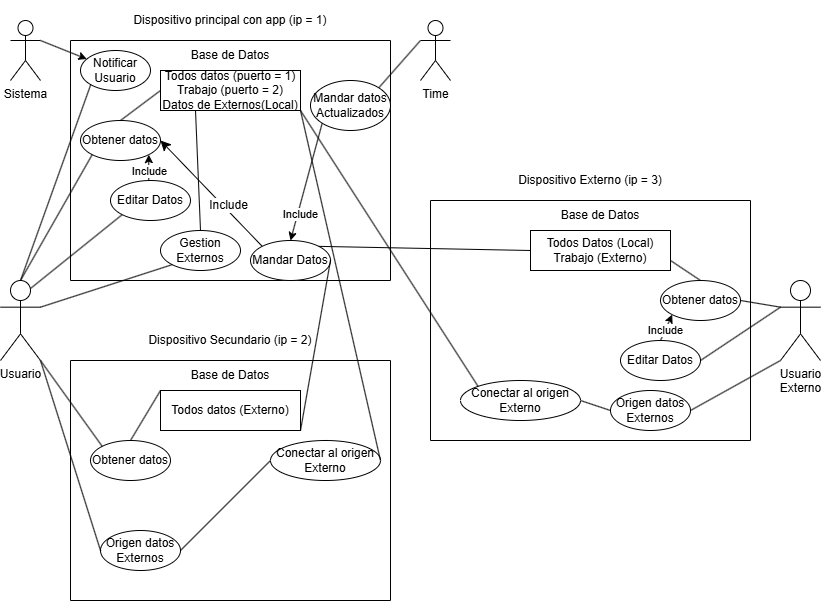
This is UseCase.drawio.png from Gosha1030/ProyectoIntermodularGeorgii, a draw.io export, as it was before one commit. Source tidied: cells renumbered, new cells last; positions are measured from the earlier drawing's top-left corner, leaving out a move shared by most shapes.
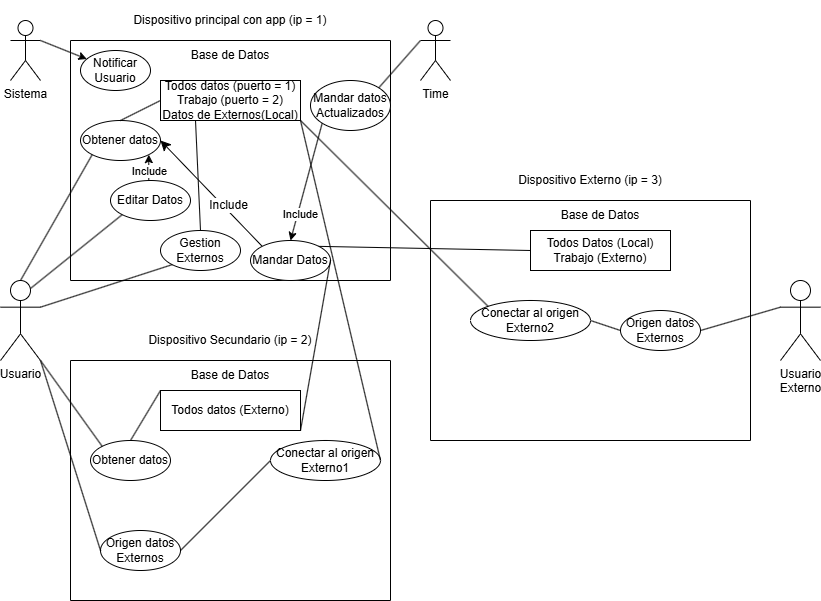
After the commit.

Commit message:
Diagrama de UseCase actualizado

Change to the diagram source:
```diff
@@ -9,7 +9,7 @@
       <mxGeometry x="70" y="40" width="320" height="240" as="geometry" />
     </mxCell>
     <mxCell id="4" value="Todos datos (puerto = 1)&lt;div&gt;Trabajo (puerto = 2)&lt;/div&gt;&lt;div&gt;Datos de Externos(Local)&lt;/div&gt;" style="rounded=0;whiteSpace=wrap;html=1;" parent="3" vertex="1">
-      <mxGeometry x="90" y="30" width="140" height="40" as="geometry" />
+      <mxGeometry x="90" y="40" width="140" height="40" as="geometry" />
     </mxCell>
     <mxCell id="5" value="Base de Datos" style="text;html=1;whiteSpace=wrap;strokeColor=none;fillColor=none;align=center;verticalAlign=middle;rounded=0;" parent="3" vertex="1">
       <mxGeometry x="90" width="140" height="30" as="geometry" />
@@ -74,7 +74,7 @@
     <mxCell id="25" style="endArrow=none;html=1;rounded=0;entryX=0;entryY=0;entryDx=0;entryDy=0;exitX=0.5;exitY=0;exitDx=0;exitDy=0;" parent="21" edge="1" source="24" target="22">
       <mxGeometry relative="1" as="geometry" />
     </mxCell>
-    <mxCell id="26" value="Conectar al origen Externo" style="ellipse;whiteSpace=wrap;html=1;" parent="21" vertex="1">
+    <mxCell id="26" value="Conectar al origen Externo1" style="ellipse;whiteSpace=wrap;html=1;" parent="21" vertex="1">
       <mxGeometry x="200" y="80" width="110" height="40" as="geometry" />
     </mxCell>
     <mxCell id="27" value="Origen datos Externos" style="ellipse;whiteSpace=wrap;html=1;" parent="21" vertex="1">
@@ -95,26 +95,11 @@
     <mxCell id="32" value="Base de Datos" style="text;html=1;whiteSpace=wrap;strokeColor=none;fillColor=none;align=center;verticalAlign=middle;rounded=0;" parent="30" vertex="1">
       <mxGeometry x="100" width="140" height="30" as="geometry" />
     </mxCell>
-    <mxCell id="33" value="Obtener datos" style="ellipse;whiteSpace=wrap;html=1;" parent="30" vertex="1">
-      <mxGeometry x="230" y="80" width="80" height="40" as="geometry" />
-    </mxCell>
-    <mxCell id="34" style="rounded=0;jettySize=auto;html=1;exitX=0.5;exitY=0;exitDx=0;exitDy=0;entryX=0;entryY=1;entryDx=0;entryDy=0;" parent="30" edge="1" source="36" target="33">
-      <mxGeometry relative="1" as="geometry" />
-    </mxCell>
-    <mxCell id="35" value="Include" style="edgeLabel;html=1;align=center;verticalAlign=middle;" parent="34" vertex="1">
-      <mxGeometry x="-0.22" relative="1" as="geometry" />
-    </mxCell>
-    <mxCell id="36" value="Editar Datos" style="ellipse;whiteSpace=wrap;html=1;" parent="30" vertex="1">
-      <mxGeometry x="190" y="140" width="80" height="40" as="geometry" />
-    </mxCell>
-    <mxCell id="37" style="endArrow=none;html=1;rounded=0;entryX=0.5;entryY=0;entryDx=0;entryDy=0;exitX=1;exitY=0.75;exitDx=0;exitDy=0;" parent="30" edge="1" source="31" target="33">
-      <mxGeometry relative="1" as="geometry" />
-    </mxCell>
     <mxCell id="38" value="Origen datos Externos" style="ellipse;whiteSpace=wrap;html=1;" parent="30" vertex="1">
-      <mxGeometry x="180" y="190" width="80" height="40" as="geometry" />
+      <mxGeometry x="190" y="110" width="80" height="40" as="geometry" />
     </mxCell>
-    <mxCell id="39" value="Conectar al origen Externo" style="ellipse;whiteSpace=wrap;html=1;" parent="30" vertex="1">
-      <mxGeometry x="30" y="180" width="120" height="40" as="geometry" />
+    <mxCell id="39" value="Conectar al origen Externo2" style="ellipse;whiteSpace=wrap;html=1;" parent="30" vertex="1">
+      <mxGeometry x="40" y="100" width="120" height="40" as="geometry" />
     </mxCell>
     <mxCell id="40" style="endArrow=none;html=1;rounded=0;entryX=0;entryY=0.5;entryDx=0;entryDy=0;exitX=1;exitY=0.5;exitDx=0;exitDy=0;" parent="30" edge="1" source="39" target="38">
       <mxGeometry relative="1" as="geometry" />
@@ -149,13 +134,7 @@
     <mxCell id="50" style="endArrow=none;html=1;rounded=0;entryX=1;entryY=0;entryDx=0;entryDy=0;exitX=0;exitY=0.3333333333333333;exitDx=0;exitDy=0;exitPerimeter=0;" parent="1" edge="1" source="48" target="18">
       <mxGeometry relative="1" as="geometry" />
     </mxCell>
-    <mxCell id="51" style="endArrow=none;html=1;rounded=0;entryX=0;entryY=0.3333333333333333;entryDx=0;entryDy=0;entryPerimeter=0;exitX=1;exitY=0.5;exitDx=0;exitDy=0;" parent="1" edge="1" source="36" target="42">
-      <mxGeometry relative="1" as="geometry" />
-    </mxCell>
-    <mxCell id="52" style="endArrow=none;html=1;rounded=0;exitX=1;exitY=0.5;exitDx=0;exitDy=0;entryX=0;entryY=0.3333333333333333;entryDx=0;entryDy=0;entryPerimeter=0;" parent="1" edge="1" source="33" target="42">
-      <mxGeometry relative="1" as="geometry" />
-    </mxCell>
-    <mxCell id="53" style="endArrow=none;html=1;rounded=0;entryX=0;entryY=1;entryDx=0;entryDy=0;entryPerimeter=0;exitX=1;exitY=0.5;exitDx=0;exitDy=0;" parent="1" edge="1" source="38" target="42">
+    <mxCell id="53" style="endArrow=none;html=1;rounded=0;entryX=0;entryY=0.3333333333333333;entryDx=0;entryDy=0;entryPerimeter=0;exitX=1;exitY=0.5;exitDx=0;exitDy=0;" parent="1" edge="1" source="38" target="42">
       <mxGeometry relative="1" as="geometry" />
     </mxCell>
     <mxCell id="54" style="endArrow=none;html=1;rounded=0;entryX=0;entryY=0;entryDx=0;entryDy=0;exitX=1;exitY=1;exitDx=0;exitDy=0;" parent="1" edge="1" source="4" target="39">
@@ -173,8 +152,5 @@
     <mxCell id="58" value="Sistema" style="shape=umlActor;verticalLabelPosition=bottom;verticalAlign=top;html=1;outlineConnect=0;" parent="1" vertex="1">
       <mxGeometry x="10" y="20" width="30" height="60" as="geometry" />
     </mxCell>
-    <mxCell id="59" style="endArrow=none;html=1;rounded=0;entryX=0;entryY=1;entryDx=0;entryDy=0;exitX=0.5;exitY=0;exitDx=0;exitDy=0;exitPerimeter=0;" parent="1" edge="1" source="2" target="19">
-      <mxGeometry relative="1" as="geometry" />
-    </mxCell>
   </root>
 </mxGraphModel>
```
